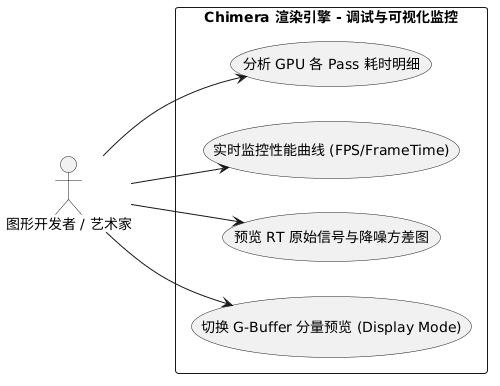
Before: figures/chapter3/visualization_debug_usecase.png, a diagram exported from PlantUML (CadenXc/NMUExperiment).
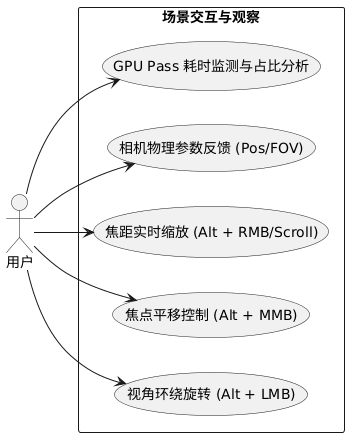
Above is the later version.

What changed in the source:
```diff
@@ -2,15 +2,17 @@
 left to right direction
 skinparam packageStyle rectangle
 
-actor "图形开发者 / 艺术家" as User
+actor "用户" as User
 
-rectangle "Chimera 渲染引擎 - 调试与可视化监控" {
-    usecase "切换 G-Buffer 分量预览 (Display Mode)" as UC11
-    usecase "预览 RT 原始信号与降噪方差图" as UC12
-    usecase "实时监控性能曲线 (FPS/FrameTime)" as UC13
-    usecase "分析 GPU 各 Pass 耗时明细" as UC14
+rectangle "场景交互与观察" {
+    usecase "视角环绕旋转 (Alt + LMB)" as UC10
+    usecase "焦点平移控制 (Alt + MMB)" as UC11
+    usecase "焦距实时缩放 (Alt + RMB/Scroll)" as UC12
+    usecase "相机物理参数反馈 (Pos/FOV)" as UC13
+    usecase "GPU Pass 耗时监测与占比分析" as UC14
 }
 
+User --> UC10
 User --> UC11
 User --> UC12
 User --> UC13
```
